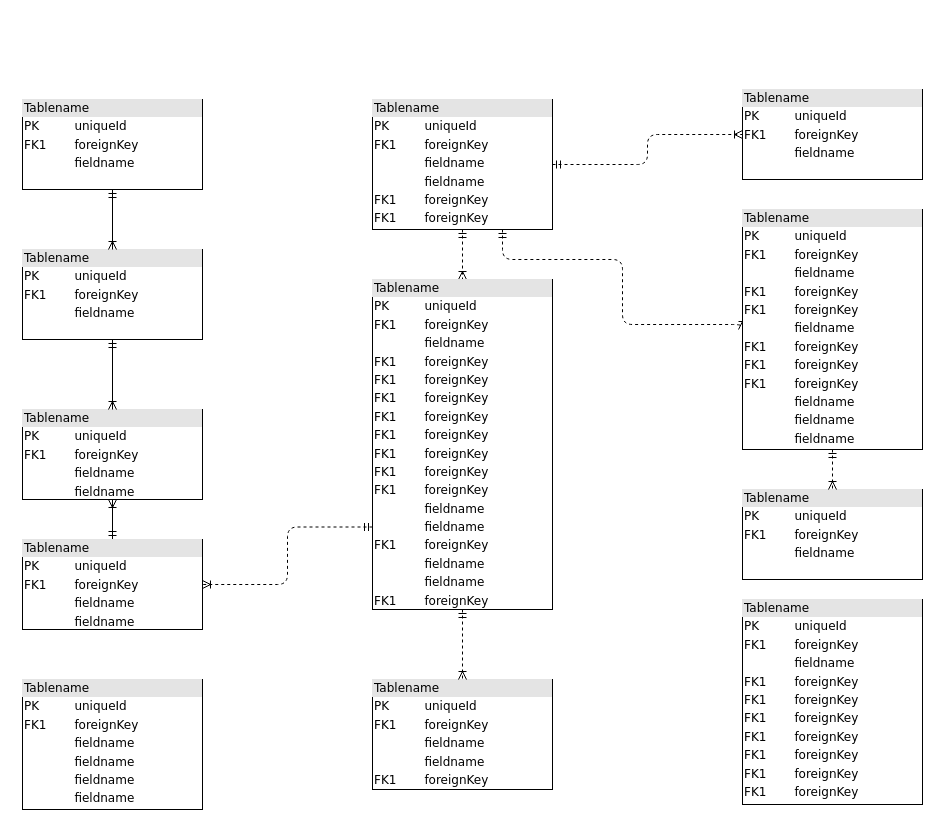
Earlier version of the draw.io diagram Diagrama sem nome.drawio (antoniov6/Enviador-De-Email). Source tidied: cells renumbered, new cells numbered last; positions are measured from the earlier drawing's top-left corner, leaving out a move shared by most shapes. Both pictures are drawn from the tidied source at 100%, with x=0, y=0 at pixel (22, 89).
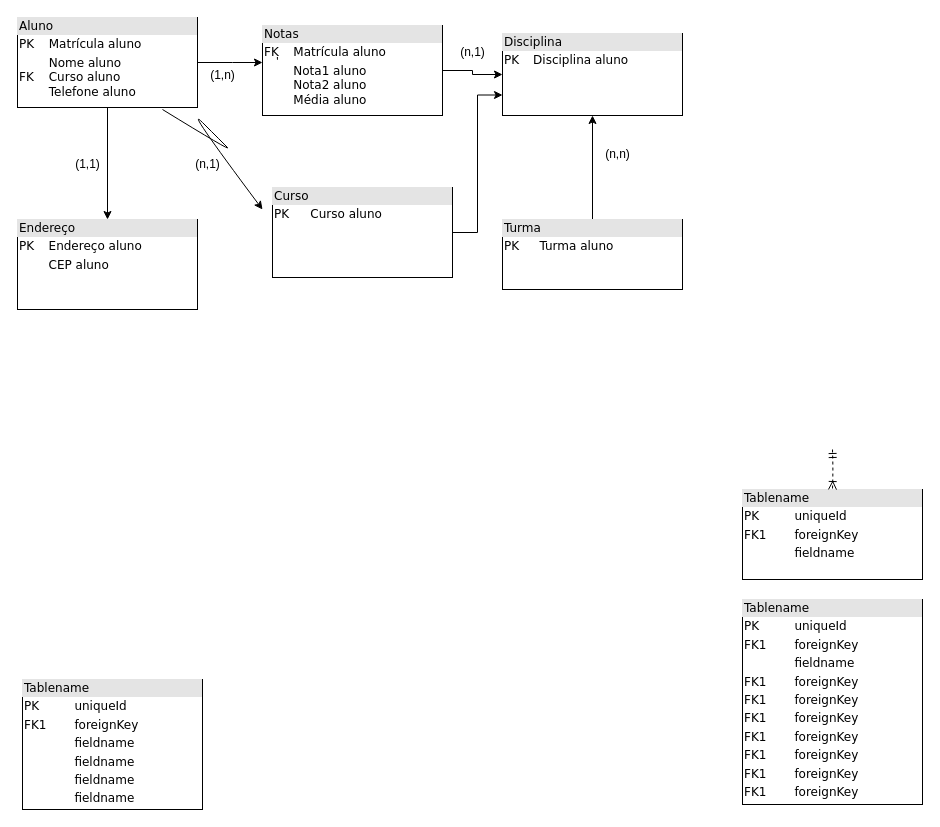
The same page after the edit.

The change refers to these unchanged cells:
```xml
<mxCell id="17" value="&lt;div style=&quot;box-sizing:border-box;width:100%;background:#e4e4e4;padding:2px;&quot;&gt;Tablename&lt;/div&gt;&lt;table style=&quot;width:100%;font-size:1em;&quot; cellpadding=&quot;2&quot; cellspacing=&quot;0&quot;&gt;&lt;tr&gt;&lt;td&gt;PK&lt;/td&gt;&lt;td&gt;uniqueId&lt;/td&gt;&lt;/tr&gt;&lt;tr&gt;&lt;td&gt;FK1&lt;/td&gt;&lt;td&gt;foreignKey&lt;/td&gt;&lt;/tr&gt;&lt;tr&gt;&lt;td&gt;&lt;/td&gt;&lt;td&gt;fieldname&lt;/td&gt;&lt;/tr&gt;&lt;/table&gt;" style="verticalAlign=top;align=left;overflow=fill;html=1;rounded=0;shadow=0;comic=0;labelBackgroundColor=none;strokeWidth=1;fontFamily=Verdana;fontSize=12;" parent="1" vertex="1">
  <mxGeometry x="720" y="400" width="180" height="90" as="geometry" />
</mxCell>
```

Change to the diagram source:
```diff
@@
+    <mxCell id="22" style="edgeStyle=orthogonalEdgeStyle;rounded=0;jettySize=auto;html=1;entryX=0.5;entryY=0;entryDx=0;entryDy=0;" parent="1" edge="1" source="2" target="12">
+      <mxGeometry relative="1" as="geometry" />
+    </mxCell>
+    <mxCell id="23" style="edgeStyle=orthogonalEdgeStyle;rounded=0;jettySize=auto;html=1;" parent="1" edge="1" source="2" target="29">
+      <mxGeometry relative="1" as="geometry">
+        <Array as="points">
+          <mxPoint x="210" y="-27" />
+          <mxPoint x="210" y="-27" />
+        </Array>
+      </mxGeometry>
+    </mxCell>
-    <mxCell id="2" value="&lt;div style=&quot;box-sizing:border-box;width:100%;background:#e4e4e4;padding:2px;&quot;&gt;Tablename&lt;/div&gt;&lt;table style=&quot;width:100%;font-size:1em;&quot; cellpadding=&quot;2&quot; cellspacing=&quot;0&quot;&gt;&lt;tr&gt;&lt;td&gt;PK&lt;/td&gt;&lt;td&gt;uniqueId&lt;/td&gt;&lt;/tr&gt;&lt;tr&gt;&lt;td&gt;FK1&lt;/td&gt;&lt;td&gt;foreignKey&lt;/td&gt;&lt;/tr&gt;&lt;tr&gt;&lt;td&gt;&lt;/td&gt;&lt;td&gt;fieldname&lt;/td&gt;&lt;/tr&gt;&lt;/table&gt;" style="verticalAlign=top;align=left;overflow=fill;html=1;rounded=0;shadow=0;comic=0;labelBackgroundColor=none;strokeWidth=1;fontFamily=Verdana;fontSize=12;" parent="1" vertex="1">
-      <mxGeometry y="10" width="180" height="90" as="geometry" />
+    <mxCell id="2" value="&lt;div style=&quot;box-sizing:border-box;width:100%;background:#e4e4e4;padding:2px;&quot;&gt;Aluno&lt;/div&gt;&lt;table style=&quot;width:100%;font-size:1em;&quot; cellpadding=&quot;2&quot; cellspacing=&quot;0&quot;&gt;&lt;tbody&gt;&lt;tr&gt;&lt;td&gt;PK&lt;/td&gt;&lt;td&gt;Matrícula aluno&lt;/td&gt;&lt;/tr&gt;&lt;tr&gt;&lt;td&gt;FK&lt;/td&gt;&lt;td&gt;Nome aluno&lt;br&gt;Curso aluno&lt;br&gt;Telefone aluno&lt;/td&gt;&lt;/tr&gt;&lt;tr&gt;&lt;td&gt;&lt;/td&gt;&lt;td&gt;&lt;br&gt;&lt;/td&gt;&lt;/tr&gt;&lt;/tbody&gt;&lt;/table&gt;" style="verticalAlign=top;align=left;overflow=fill;html=1;rounded=0;shadow=0;comic=0;labelBackgroundColor=none;strokeWidth=1;fontFamily=Verdana;fontSize=12;" parent="1" vertex="1">
+      <mxGeometry x="-5" y="-72" width="180" height="90" as="geometry" />
     </mxCell>
-    <mxCell id="3" style="edgeStyle=orthogonalEdgeStyle;html=1;entryX=0.5;entryY=0;dashed=1;labelBackgroundColor=none;startArrow=ERmandOne;endArrow=ERoneToMany;fontFamily=Verdana;fontSize=12;align=left;" parent="1" edge="1" source="6" target="16">
-      <mxGeometry relative="1" as="geometry" />
-    </mxCell>
-    <mxCell id="4" style="edgeStyle=orthogonalEdgeStyle;html=1;dashed=1;labelBackgroundColor=none;startArrow=ERmandOne;endArrow=ERoneToMany;fontFamily=Verdana;fontSize=12;align=left;entryX=0;entryY=0.5;" parent="1" edge="1" source="6" target="19">
-      <mxGeometry relative="1" as="geometry">
-        <Array as="points">
-          <mxPoint x="480" y="170" />
-          <mxPoint x="600" y="170" />
-          <mxPoint x="600" y="235" />
-        </Array>
-      </mxGeometry>
-    </mxCell>
-    <mxCell id="5" style="edgeStyle=orthogonalEdgeStyle;html=1;dashed=1;labelBackgroundColor=none;startArrow=ERmandOne;endArrow=ERoneToMany;fontFamily=Verdana;fontSize=12;align=left;" parent="1" edge="1" source="6" target="20">
-      <mxGeometry relative="1" as="geometry" />
-    </mxCell>
-    <mxCell id="6" value="&lt;div style=&quot;box-sizing: border-box ; width: 100% ; background: #e4e4e4 ; padding: 2px&quot;&gt;Tablename&lt;/div&gt;&lt;table style=&quot;width: 100% ; font-size: 1em&quot; cellpadding=&quot;2&quot; cellspacing=&quot;0&quot;&gt;&lt;tbody&gt;&lt;tr&gt;&lt;td&gt;PK&lt;/td&gt;&lt;td&gt;uniqueId&lt;/td&gt;&lt;/tr&gt;&lt;tr&gt;&lt;td&gt;FK1&lt;/td&gt;&lt;td&gt;foreignKey&lt;/td&gt;&lt;/tr&gt;&lt;tr&gt;&lt;td&gt;&lt;/td&gt;&lt;td&gt;fieldname&lt;/td&gt;&lt;/tr&gt;&lt;tr&gt;&lt;td&gt;&lt;br&gt;&lt;/td&gt;&lt;td&gt;fieldname&lt;br&gt;&lt;/td&gt;&lt;/tr&gt;&lt;tr&gt;&lt;td&gt;FK1&lt;br&gt;&lt;/td&gt;&lt;td&gt;foreignKey&lt;br&gt;&lt;/td&gt;&lt;/tr&gt;&lt;tr&gt;&lt;td&gt;FK1&lt;br&gt;&lt;/td&gt;&lt;td&gt;foreignKey&lt;br&gt;&lt;/td&gt;&lt;/tr&gt;&lt;/tbody&gt;&lt;/table&gt;" style="verticalAlign=top;align=left;overflow=fill;html=1;rounded=0;shadow=0;comic=0;labelBackgroundColor=none;strokeWidth=1;fontFamily=Verdana;fontSize=12;" parent="1" vertex="1">
-      <mxGeometry x="350" y="10" width="180" height="130" as="geometry" />
+    <mxCell id="6" value="&lt;div style=&quot;box-sizing: border-box ; width: 100% ; background: #e4e4e4 ; padding: 2px&quot;&gt;Disciplina&lt;/div&gt;&lt;table style=&quot;width: 100% ; font-size: 1em&quot; cellpadding=&quot;2&quot; cellspacing=&quot;0&quot;&gt;&lt;tbody&gt;&lt;tr&gt;&lt;td&gt;PK&lt;/td&gt;&lt;td&gt;Disciplina aluno&lt;/td&gt;&lt;/tr&gt;&lt;tr&gt;&lt;td&gt;&lt;/td&gt;&lt;td&gt;&lt;br&gt;&lt;/td&gt;&lt;/tr&gt;&lt;/tbody&gt;&lt;/table&gt;" style="verticalAlign=top;align=left;overflow=fill;html=1;rounded=0;shadow=0;comic=0;labelBackgroundColor=none;strokeWidth=1;fontFamily=Verdana;fontSize=12;" parent="1" vertex="1">
+      <mxGeometry x="480" y="-56" width="180" height="82" as="geometry" />
     </mxCell>
-    <mxCell id="7" style="edgeStyle=orthogonalEdgeStyle;html=1;labelBackgroundColor=none;startArrow=ERmandOne;endArrow=ERoneToMany;fontFamily=Verdana;fontSize=12;align=left;" parent="1" edge="1" source="9" target="10">
-      <mxGeometry relative="1" as="geometry" />
-    </mxCell>
-    <mxCell id="8" style="edgeStyle=orthogonalEdgeStyle;html=1;exitX=0;exitY=0.75;entryX=1;entryY=0.5;dashed=1;labelBackgroundColor=none;startArrow=ERmandOne;endArrow=ERoneToMany;fontFamily=Verdana;fontSize=12;align=left;" parent="1" edge="1" source="16" target="9">
-      <mxGeometry relative="1" as="geometry" />
-    </mxCell>
+    <mxCell id="24" style="edgeStyle=orthogonalEdgeStyle;rounded=0;jettySize=auto;html=1;" parent="1" edge="1" source="9" target="6">
+      <mxGeometry relative="1" as="geometry" />
+    </mxCell>
-    <mxCell id="9" value="&lt;div style=&quot;box-sizing: border-box ; width: 100% ; background: #e4e4e4 ; padding: 2px&quot;&gt;Tablename&lt;/div&gt;&lt;table style=&quot;width: 100% ; font-size: 1em&quot; cellpadding=&quot;2&quot; cellspacing=&quot;0&quot;&gt;&lt;tbody&gt;&lt;tr&gt;&lt;td&gt;PK&lt;/td&gt;&lt;td&gt;uniqueId&lt;/td&gt;&lt;/tr&gt;&lt;tr&gt;&lt;td&gt;FK1&lt;/td&gt;&lt;td&gt;foreignKey&lt;/td&gt;&lt;/tr&gt;&lt;tr&gt;&lt;td&gt;&lt;/td&gt;&lt;td&gt;fieldname&lt;/td&gt;&lt;/tr&gt;&lt;tr&gt;&lt;td&gt;&lt;br&gt;&lt;/td&gt;&lt;td&gt;fieldname&lt;br&gt;&lt;/td&gt;&lt;/tr&gt;&lt;/tbody&gt;&lt;/table&gt;" style="verticalAlign=top;align=left;overflow=fill;html=1;rounded=0;shadow=0;comic=0;labelBackgroundColor=none;strokeWidth=1;fontFamily=Verdana;fontSize=12;" parent="1" vertex="1">
-      <mxGeometry y="450" width="180" height="90" as="geometry" />
+    <mxCell id="9" value="&lt;div style=&quot;box-sizing: border-box ; width: 100% ; background: #e4e4e4 ; padding: 2px&quot;&gt;Notas&lt;/div&gt;&lt;table style=&quot;width: 100% ; font-size: 1em&quot; cellpadding=&quot;2&quot; cellspacing=&quot;0&quot;&gt;&lt;tbody&gt;&lt;tr&gt;&lt;td&gt;FK&lt;/td&gt;&lt;td&gt;Matrícula aluno&lt;br&gt;&lt;/td&gt;&lt;/tr&gt;&lt;tr&gt;&lt;td&gt;&lt;br&gt;&lt;/td&gt;&lt;td&gt;Nota1 aluno&lt;br&gt;Nota2 aluno&lt;br&gt;Média aluno&lt;/td&gt;&lt;/tr&gt;&lt;tr&gt;&lt;td&gt;&lt;/td&gt;&lt;td&gt;&lt;br&gt;&lt;/td&gt;&lt;/tr&gt;&lt;tr&gt;&lt;td&gt;&lt;br&gt;&lt;/td&gt;&lt;td&gt;&lt;br&gt;&lt;/td&gt;&lt;/tr&gt;&lt;/tbody&gt;&lt;/table&gt;" style="verticalAlign=top;align=left;overflow=fill;html=1;rounded=0;shadow=0;comic=0;labelBackgroundColor=none;strokeWidth=1;fontFamily=Verdana;fontSize=12;" parent="1" vertex="1">
+      <mxGeometry x="240" y="-64" width="180" height="90" as="geometry" />
     </mxCell>
-    <mxCell id="10" value="&lt;div style=&quot;box-sizing: border-box ; width: 100% ; background: #e4e4e4 ; padding: 2px&quot;&gt;Tablename&lt;/div&gt;&lt;table style=&quot;width: 100% ; font-size: 1em&quot; cellpadding=&quot;2&quot; cellspacing=&quot;0&quot;&gt;&lt;tbody&gt;&lt;tr&gt;&lt;td&gt;PK&lt;/td&gt;&lt;td&gt;uniqueId&lt;/td&gt;&lt;/tr&gt;&lt;tr&gt;&lt;td&gt;FK1&lt;/td&gt;&lt;td&gt;foreignKey&lt;/td&gt;&lt;/tr&gt;&lt;tr&gt;&lt;td&gt;&lt;/td&gt;&lt;td&gt;fieldname&lt;/td&gt;&lt;/tr&gt;&lt;tr&gt;&lt;td&gt;&lt;br&gt;&lt;/td&gt;&lt;td&gt;fieldname&lt;br&gt;&lt;/td&gt;&lt;/tr&gt;&lt;/tbody&gt;&lt;/table&gt;" style="verticalAlign=top;align=left;overflow=fill;html=1;rounded=0;shadow=0;comic=0;labelBackgroundColor=none;strokeWidth=1;fontFamily=Verdana;fontSize=12;" parent="1" vertex="1">
-      <mxGeometry y="320" width="180" height="90" as="geometry" />
-    </mxCell>
-    <mxCell id="11" style="edgeStyle=orthogonalEdgeStyle;html=1;entryX=0.5;entryY=0;labelBackgroundColor=none;startArrow=ERmandOne;endArrow=ERoneToMany;fontFamily=Verdana;fontSize=12;align=left;" parent="1" edge="1" source="12" target="10">
-      <mxGeometry relative="1" as="geometry" />
-    </mxCell>
-    <mxCell id="12" value="&lt;div style=&quot;box-sizing:border-box;width:100%;background:#e4e4e4;padding:2px;&quot;&gt;Tablename&lt;/div&gt;&lt;table style=&quot;width:100%;font-size:1em;&quot; cellpadding=&quot;2&quot; cellspacing=&quot;0&quot;&gt;&lt;tr&gt;&lt;td&gt;PK&lt;/td&gt;&lt;td&gt;uniqueId&lt;/td&gt;&lt;/tr&gt;&lt;tr&gt;&lt;td&gt;FK1&lt;/td&gt;&lt;td&gt;foreignKey&lt;/td&gt;&lt;/tr&gt;&lt;tr&gt;&lt;td&gt;&lt;/td&gt;&lt;td&gt;fieldname&lt;/td&gt;&lt;/tr&gt;&lt;/table&gt;" style="verticalAlign=top;align=left;overflow=fill;html=1;rounded=0;shadow=0;comic=0;labelBackgroundColor=none;strokeWidth=1;fontFamily=Verdana;fontSize=12;" parent="1" vertex="1">
-      <mxGeometry y="160" width="180" height="90" as="geometry" />
+    <mxCell id="12" value="&lt;div style=&quot;box-sizing:border-box;width:100%;background:#e4e4e4;padding:2px;&quot;&gt;Endereço&lt;/div&gt;&lt;table style=&quot;width:100%;font-size:1em;&quot; cellpadding=&quot;2&quot; cellspacing=&quot;0&quot;&gt;&lt;tbody&gt;&lt;tr&gt;&lt;td&gt;PK&lt;/td&gt;&lt;td&gt;Endereço aluno&lt;/td&gt;&lt;/tr&gt;&lt;tr&gt;&lt;td&gt;&lt;br&gt;&lt;/td&gt;&lt;td&gt;CEP aluno&lt;/td&gt;&lt;/tr&gt;&lt;tr&gt;&lt;td&gt;&lt;/td&gt;&lt;td&gt;&lt;br&gt;&lt;/td&gt;&lt;/tr&gt;&lt;/tbody&gt;&lt;/table&gt;" style="verticalAlign=top;align=left;overflow=fill;html=1;rounded=0;shadow=0;comic=0;labelBackgroundColor=none;strokeWidth=1;fontFamily=Verdana;fontSize=12;" parent="1" vertex="1">
+      <mxGeometry x="-5" y="130" width="180" height="90" as="geometry" />
     </mxCell>
@@
+    <mxCell id="25" style="edgeStyle=orthogonalEdgeStyle;rounded=0;jettySize=auto;html=1;entryX=0.5;entryY=1;entryDx=0;entryDy=0;" parent="1" edge="1" source="14" target="6">
+      <mxGeometry relative="1" as="geometry" />
+    </mxCell>
-    <mxCell id="14" value="&lt;div style=&quot;box-sizing: border-box ; width: 100% ; background: #e4e4e4 ; padding: 2px&quot;&gt;Tablename&lt;/div&gt;&lt;table style=&quot;width: 100% ; font-size: 1em&quot; cellpadding=&quot;2&quot; cellspacing=&quot;0&quot;&gt;&lt;tbody&gt;&lt;tr&gt;&lt;td&gt;PK&lt;/td&gt;&lt;td&gt;uniqueId&lt;/td&gt;&lt;/tr&gt;&lt;tr&gt;&lt;td&gt;FK1&lt;/td&gt;&lt;td&gt;foreignKey&lt;/td&gt;&lt;/tr&gt;&lt;tr&gt;&lt;td&gt;&lt;/td&gt;&lt;td&gt;fieldname&lt;/td&gt;&lt;/tr&gt;&lt;tr&gt;&lt;td&gt;&lt;br&gt;&lt;/td&gt;&lt;td&gt;fieldname&lt;br&gt;&lt;/td&gt;&lt;/tr&gt;&lt;tr&gt;&lt;td&gt;FK1&lt;br&gt;&lt;/td&gt;&lt;td&gt;foreignKey&lt;br&gt;&lt;/td&gt;&lt;/tr&gt;&lt;/tbody&gt;&lt;/table&gt;" style="verticalAlign=top;align=left;overflow=fill;html=1;rounded=0;shadow=0;comic=0;labelBackgroundColor=none;strokeWidth=1;fontFamily=Verdana;fontSize=12;" parent="1" vertex="1">
-      <mxGeometry x="350" y="590" width="180" height="110" as="geometry" />
+    <mxCell id="14" value="&lt;div style=&quot;box-sizing: border-box ; width: 100% ; background: #e4e4e4 ; padding: 2px&quot;&gt;Turma&lt;/div&gt;&lt;table style=&quot;width: 100% ; font-size: 1em&quot; cellpadding=&quot;2&quot; cellspacing=&quot;0&quot;&gt;&lt;tbody&gt;&lt;tr&gt;&lt;td&gt;PK&lt;/td&gt;&lt;td&gt;Turma aluno&lt;/td&gt;&lt;/tr&gt;&lt;tr&gt;&lt;td&gt;&lt;/td&gt;&lt;td&gt;&lt;br&gt;&lt;/td&gt;&lt;/tr&gt;&lt;/tbody&gt;&lt;/table&gt;" style="verticalAlign=top;align=left;overflow=fill;html=1;rounded=0;shadow=0;comic=0;labelBackgroundColor=none;strokeWidth=1;fontFamily=Verdana;fontSize=12;" parent="1" vertex="1">
+      <mxGeometry x="480" y="130" width="180" height="70" as="geometry" />
     </mxCell>
-    <mxCell id="15" style="edgeStyle=orthogonalEdgeStyle;html=1;entryX=0.5;entryY=0;labelBackgroundColor=none;startArrow=ERmandOne;endArrow=ERoneToMany;fontFamily=Verdana;fontSize=12;align=left;dashed=1;" parent="1" edge="1" source="16" target="14">
-      <mxGeometry relative="1" as="geometry" />
-    </mxCell>
+    <mxCell id="26" style="edgeStyle=orthogonalEdgeStyle;rounded=0;jettySize=auto;html=1;entryX=0;entryY=0.75;entryDx=0;entryDy=0;" parent="1" edge="1" source="16" target="6">
+      <mxGeometry relative="1" as="geometry" />
+    </mxCell>
-    <mxCell id="16" value="&lt;div style=&quot;box-sizing: border-box ; width: 100% ; background: #e4e4e4 ; padding: 2px&quot;&gt;Tablename&lt;/div&gt;&lt;table style=&quot;width: 100% ; font-size: 1em&quot; cellpadding=&quot;2&quot; cellspacing=&quot;0&quot;&gt;&lt;tbody&gt;&lt;tr&gt;&lt;td&gt;PK&lt;/td&gt;&lt;td&gt;uniqueId&lt;/td&gt;&lt;/tr&gt;&lt;tr&gt;&lt;td&gt;FK1&lt;/td&gt;&lt;td&gt;foreignKey&lt;/td&gt;&lt;/tr&gt;&lt;tr&gt;&lt;td&gt;&lt;/td&gt;&lt;td&gt;fieldname&lt;/td&gt;&lt;/tr&gt;&lt;tr&gt;&lt;td&gt;FK1&lt;br&gt;&lt;/td&gt;&lt;td&gt;foreignKey&lt;br&gt;&lt;/td&gt;&lt;/tr&gt;&lt;tr&gt;&lt;td&gt;FK1&lt;br&gt;&lt;/td&gt;&lt;td&gt;foreignKey&lt;br&gt;&lt;/td&gt;&lt;/tr&gt;&lt;tr&gt;&lt;td&gt;FK1&lt;br&gt;&lt;/td&gt;&lt;td&gt;foreignKey&lt;br&gt;&lt;/td&gt;&lt;/tr&gt;&lt;tr&gt;&lt;td&gt;FK1&lt;br&gt;&lt;/td&gt;&lt;td&gt;foreignKey&lt;br&gt;&lt;/td&gt;&lt;/tr&gt;&lt;tr&gt;&lt;td&gt;FK1&lt;br&gt;&lt;/td&gt;&lt;td&gt;foreignKey&lt;br&gt;&lt;/td&gt;&lt;/tr&gt;&lt;tr&gt;&lt;td&gt;FK1&lt;br&gt;&lt;/td&gt;&lt;td&gt;foreignKey&lt;br&gt;&lt;/td&gt;&lt;/tr&gt;&lt;tr&gt;&lt;td&gt;FK1&lt;br&gt;&lt;/td&gt;&lt;td&gt;foreignKey&lt;br&gt;&lt;/td&gt;&lt;/tr&gt;&lt;tr&gt;&lt;td&gt;FK1&lt;br&gt;&lt;/td&gt;&lt;td&gt;foreignKey&lt;br&gt;&lt;/td&gt;&lt;/tr&gt;&lt;tr&gt;&lt;td&gt;&lt;br&gt;&lt;/td&gt;&lt;td&gt;fieldname&lt;br&gt;&lt;/td&gt;&lt;/tr&gt;&lt;tr&gt;&lt;td&gt;&lt;br&gt;&lt;/td&gt;&lt;td&gt;fieldname&lt;br&gt;&lt;/td&gt;&lt;/tr&gt;&lt;tr&gt;&lt;td&gt;FK1&lt;br&gt;&lt;/td&gt;&lt;td&gt;foreignKey&lt;br&gt;&lt;/td&gt;&lt;/tr&gt;&lt;tr&gt;&lt;td&gt;&lt;br&gt;&lt;/td&gt;&lt;td&gt;fieldname&lt;br&gt;&lt;/td&gt;&lt;/tr&gt;&lt;tr&gt;&lt;td&gt;&lt;br&gt;&lt;/td&gt;&lt;td&gt;fieldname&lt;br&gt;&lt;/td&gt;&lt;/tr&gt;&lt;tr&gt;&lt;td&gt;FK1&lt;br&gt;&lt;/td&gt;&lt;td&gt;foreignKey&lt;br&gt;&lt;/td&gt;&lt;/tr&gt;&lt;/tbody&gt;&lt;/table&gt;" style="verticalAlign=top;align=left;overflow=fill;html=1;rounded=0;shadow=0;comic=0;labelBackgroundColor=none;strokeWidth=1;fontFamily=Verdana;fontSize=12;" parent="1" vertex="1">
-      <mxGeometry x="350" y="190" width="180" height="330" as="geometry" />
+    <mxCell id="16" value="&lt;div style=&quot;box-sizing: border-box ; width: 100% ; background: #e4e4e4 ; padding: 2px&quot;&gt;Curso&lt;/div&gt;&lt;table style=&quot;width: 100% ; font-size: 1em&quot; cellpadding=&quot;2&quot; cellspacing=&quot;0&quot;&gt;&lt;tbody&gt;&lt;tr&gt;&lt;td&gt;PK&lt;/td&gt;&lt;td&gt;Curso aluno&lt;br&gt;&lt;/td&gt;&lt;/tr&gt;&lt;tr&gt;&lt;td&gt;&lt;/td&gt;&lt;td&gt;&lt;br&gt;&lt;/td&gt;&lt;/tr&gt;&lt;/tbody&gt;&lt;/table&gt;" style="verticalAlign=top;align=left;overflow=fill;html=1;rounded=0;shadow=0;comic=0;labelBackgroundColor=none;strokeWidth=1;fontFamily=Verdana;fontSize=12;" parent="1" vertex="1">
+      <mxGeometry x="250" y="98" width="180" height="90" as="geometry" />
     </mxCell>
@@
-    <mxCell id="18" style="edgeStyle=orthogonalEdgeStyle;html=1;entryX=0.5;entryY=0;dashed=1;labelBackgroundColor=none;startArrow=ERmandOne;endArrow=ERoneToMany;fontFamily=Verdana;fontSize=12;align=left;" parent="1" edge="1" source="19" target="17">
-      <mxGeometry relative="1" as="geometry" />
+    <mxCell id="18" style="edgeStyle=orthogonalEdgeStyle;html=1;entryX=0.5;entryY=0;dashed=1;labelBackgroundColor=none;startArrow=ERmandOne;endArrow=ERoneToMany;fontFamily=Verdana;fontSize=12;align=left;" parent="1" edge="1" target="17">
+      <mxGeometry relative="1" as="geometry">
+        <mxPoint x="810" y="360" as="sourcePoint" />
+      </mxGeometry>
     </mxCell>
-    <mxCell id="19" value="&lt;div style=&quot;box-sizing: border-box ; width: 100% ; background: #e4e4e4 ; padding: 2px&quot;&gt;Tablename&lt;/div&gt;&lt;table style=&quot;width: 100% ; font-size: 1em&quot; cellpadding=&quot;2&quot; cellspacing=&quot;0&quot;&gt;&lt;tbody&gt;&lt;tr&gt;&lt;td&gt;PK&lt;/td&gt;&lt;td&gt;uniqueId&lt;/td&gt;&lt;/tr&gt;&lt;tr&gt;&lt;td&gt;FK1&lt;/td&gt;&lt;td&gt;foreignKey&lt;/td&gt;&lt;/tr&gt;&lt;tr&gt;&lt;td&gt;&lt;/td&gt;&lt;td&gt;fieldname&lt;/td&gt;&lt;/tr&gt;&lt;tr&gt;&lt;td&gt;FK1&lt;br&gt;&lt;/td&gt;&lt;td&gt;foreignKey&lt;br&gt;&lt;/td&gt;&lt;/tr&gt;&lt;tr&gt;&lt;td&gt;FK1&lt;br&gt;&lt;/td&gt;&lt;td&gt;foreignKey&lt;br&gt;&lt;/td&gt;&lt;/tr&gt;&lt;tr&gt;&lt;td&gt;&lt;br&gt;&lt;/td&gt;&lt;td&gt;fieldname&lt;br&gt;&lt;/td&gt;&lt;/tr&gt;&lt;tr&gt;&lt;td&gt;FK1&lt;br&gt;&lt;/td&gt;&lt;td&gt;foreignKey&lt;br&gt;&lt;/td&gt;&lt;/tr&gt;&lt;tr&gt;&lt;td&gt;FK1&lt;br&gt;&lt;/td&gt;&lt;td&gt;foreignKey&lt;br&gt;&lt;/td&gt;&lt;/tr&gt;&lt;tr&gt;&lt;td&gt;FK1&lt;br&gt;&lt;/td&gt;&lt;td&gt;foreignKey&lt;br&gt;&lt;/td&gt;&lt;/tr&gt;&lt;tr&gt;&lt;td&gt;&lt;br&gt;&lt;/td&gt;&lt;td&gt;fieldname&lt;br&gt;&lt;/td&gt;&lt;/tr&gt;&lt;tr&gt;&lt;td&gt;&lt;br&gt;&lt;/td&gt;&lt;td&gt;fieldname&lt;br&gt;&lt;/td&gt;&lt;/tr&gt;&lt;tr&gt;&lt;td&gt;&lt;br&gt;&lt;/td&gt;&lt;td&gt;fieldname&lt;br&gt;&lt;/td&gt;&lt;/tr&gt;&lt;/tbody&gt;&lt;/table&gt;" style="verticalAlign=top;align=left;overflow=fill;html=1;rounded=0;shadow=0;comic=0;labelBackgroundColor=none;strokeWidth=1;fontFamily=Verdana;fontSize=12;" parent="1" vertex="1">
-      <mxGeometry x="720" y="120" width="180" height="240" as="geometry" />
-    </mxCell>
-    <mxCell id="20" value="&lt;div style=&quot;box-sizing:border-box;width:100%;background:#e4e4e4;padding:2px;&quot;&gt;Tablename&lt;/div&gt;&lt;table style=&quot;width:100%;font-size:1em;&quot; cellpadding=&quot;2&quot; cellspacing=&quot;0&quot;&gt;&lt;tr&gt;&lt;td&gt;PK&lt;/td&gt;&lt;td&gt;uniqueId&lt;/td&gt;&lt;/tr&gt;&lt;tr&gt;&lt;td&gt;FK1&lt;/td&gt;&lt;td&gt;foreignKey&lt;/td&gt;&lt;/tr&gt;&lt;tr&gt;&lt;td&gt;&lt;/td&gt;&lt;td&gt;fieldname&lt;/td&gt;&lt;/tr&gt;&lt;/table&gt;" style="verticalAlign=top;align=left;overflow=fill;html=1;rounded=0;shadow=0;comic=0;labelBackgroundColor=none;strokeWidth=1;fontFamily=Verdana;fontSize=12;" parent="1" vertex="1">
-      <mxGeometry x="720" width="180" height="90" as="geometry" />
-    </mxCell>
@@
-    <mxCell id="22" style="edgeStyle=orthogonalEdgeStyle;html=1;endArrow=ERoneToMany;startArrow=ERmandOne;labelBackgroundColor=none;fontFamily=Verdana;fontSize=12;align=left;exitX=0.5;exitY=1;entryX=0.5;entryY=0;" parent="1" edge="1" source="2" target="12">
-      <mxGeometry relative="1" as="geometry" />
-    </mxCell>
+    <mxCell id="27" value="(1,1)" style="text;html=1;align=center;verticalAlign=middle;strokeColor=none;fillColor=none;" parent="1" vertex="1">
+      <mxGeometry x="40" y="60" width="50" height="30" as="geometry" />
+    </mxCell>
+    <mxCell id="28" style="edgeStyle=orthogonalEdgeStyle;rounded=0;orthogonalLoop=1;jettySize=auto;html=1;exitX=0.5;exitY=1;exitDx=0;exitDy=0;" parent="1" edge="1" source="6" target="6">
+      <mxGeometry relative="1" as="geometry" />
+    </mxCell>
+    <mxCell id="29" value="'" style="text;html=1;align=center;verticalAlign=middle;points=[];strokeColor=none;fillColor=none;" parent="1" vertex="1">
+      <mxGeometry x="240" y="-42" width="30" height="30" as="geometry" />
+    </mxCell>
+    <mxCell id="30" value="(n,1)" style="text;html=1;align=center;verticalAlign=middle;strokeColor=none;fillColor=none;" parent="1" vertex="1">
+      <mxGeometry x="160" y="60" width="50" height="30" as="geometry" />
+    </mxCell>
+    <mxCell id="31" value="(n,n)" style="text;html=1;align=center;verticalAlign=middle;strokeColor=none;fillColor=none;" parent="1" vertex="1">
+      <mxGeometry x="570" y="50" width="50" height="30" as="geometry" />
+    </mxCell>
+    <mxCell id="32" value="(1,n)&lt;div&gt;&lt;br&gt;&lt;/div&gt;" style="text;html=1;align=center;verticalAlign=middle;strokeColor=none;fillColor=none;" parent="1" vertex="1">
+      <mxGeometry x="175" y="-27" width="50" height="40" as="geometry" />
+    </mxCell>
+    <mxCell id="33" style="curved=1;endArrow=classic;html=1;rounded=0;" parent="1" edge="1">
+      <mxGeometry relative="1" as="geometry">
+        <mxPoint x="140" y="20" as="sourcePoint" />
+        <mxPoint x="240" y="120" as="targetPoint" />
+        <Array as="points">
+          <mxPoint x="210" y="63" />
+          <mxPoint x="200" y="53" />
+          <mxPoint x="160" y="13" />
+        </Array>
+      </mxGeometry>
+    </mxCell>
+    <mxCell id="34" value="(n,1)" style="text;html=1;align=center;verticalAlign=middle;strokeColor=none;fillColor=none;" parent="1" vertex="1">
+      <mxGeometry x="425" y="-52" width="50" height="30" as="geometry" />
+    </mxCell>
```
